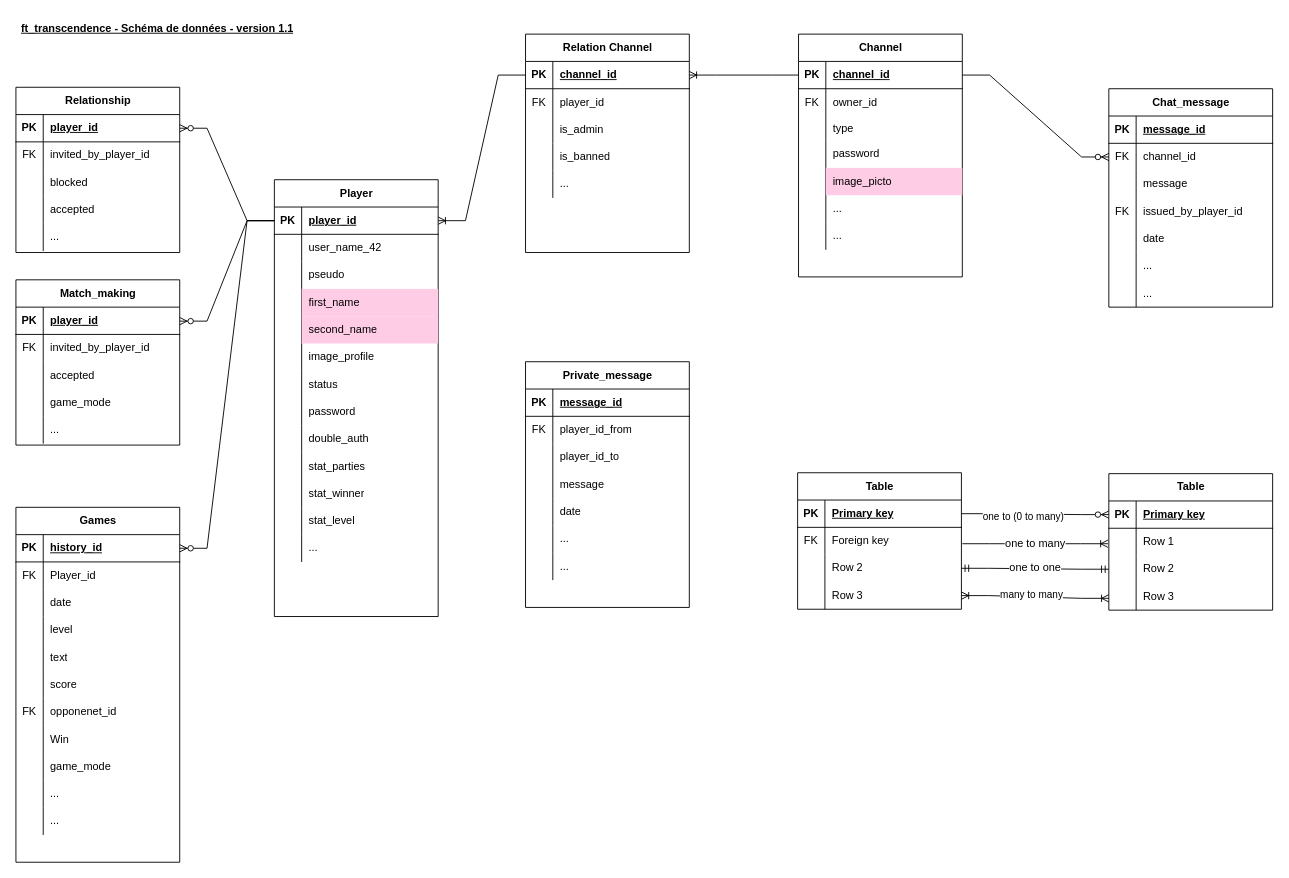
The draw.io diagram database1_1.drawio in Exonsecfl/diagrammes, before the edit. Source tidied: cells renumbered, new cells numbered last; positions are measured from the earlier drawing's top-left corner, leaving out a move shared by most shapes. Both pictures are drawn from the tidied source at 91%, with x=0, y=0 at pixel (15, 15).
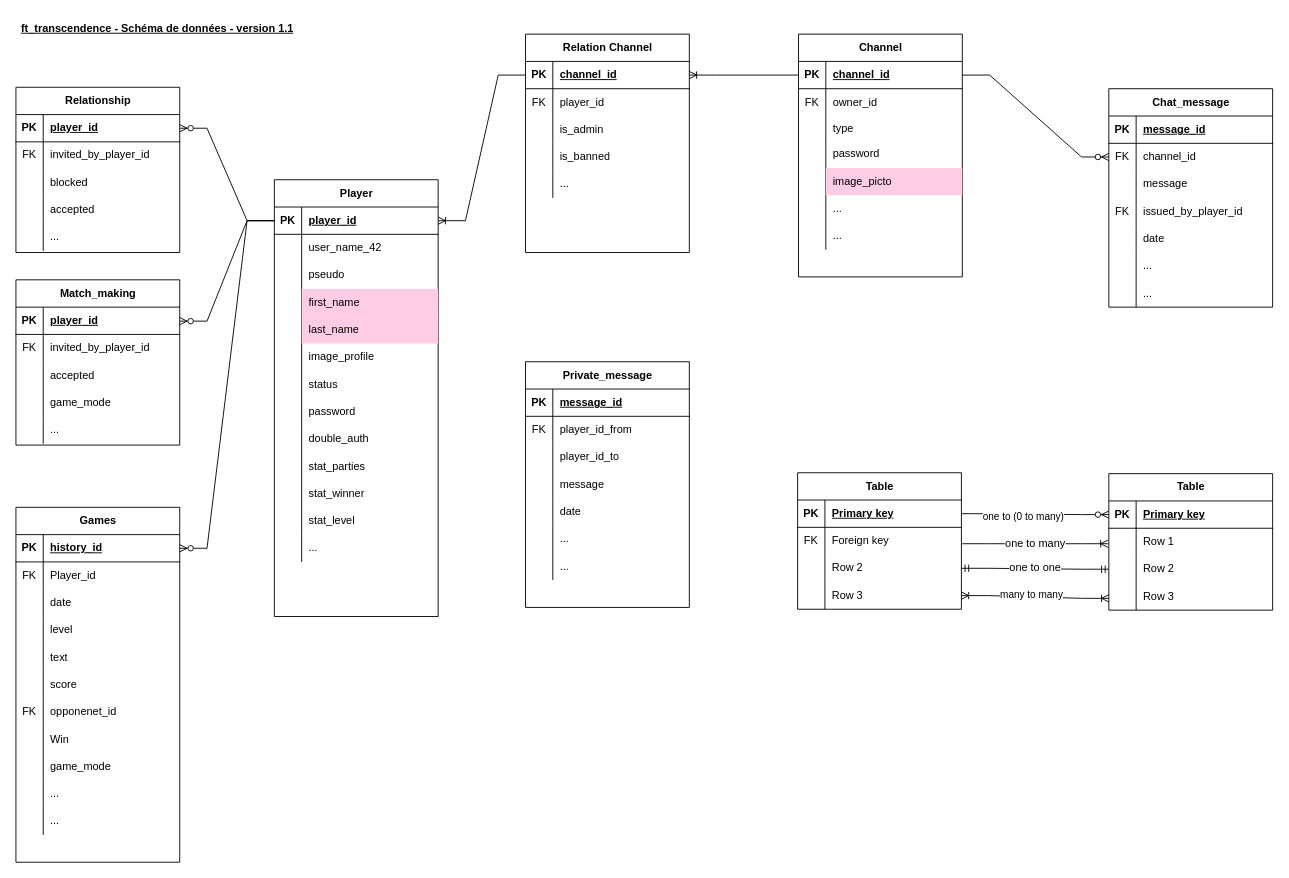
After the change.

Commit message:
Mettre à jour database1_1.drawio

The change refers to these unchanged cells:
```xml
<mxCell id="15" style="shape=tableRow;horizontal=0;startSize=0;swimlaneHead=0;swimlaneBody=0;fillColor=none;top=0;left=0;right=0;bottom=0;" parent="2" vertex="1">
  <mxGeometry y="150" width="180" height="30" as="geometry" />
</mxCell>
```

Change to the diagram source:
```diff
@@
-    <mxCell id="17" value="second_name" style="shape=partialRectangle;fillColor=#FFCCE6;top=0;left=0;bottom=0;right=0;align=left;spacingLeft=6;overflow=hidden;whiteSpace=wrap;html=1;" parent="15" vertex="1">
+    <mxCell id="17" value="last_name" style="shape=partialRectangle;fillColor=#FFCCE6;top=0;left=0;bottom=0;right=0;align=left;spacingLeft=6;overflow=hidden;whiteSpace=wrap;html=1;" parent="15" vertex="1">
       <mxGeometry x="30" width="150" height="30" as="geometry" />
     </mxCell>
```
